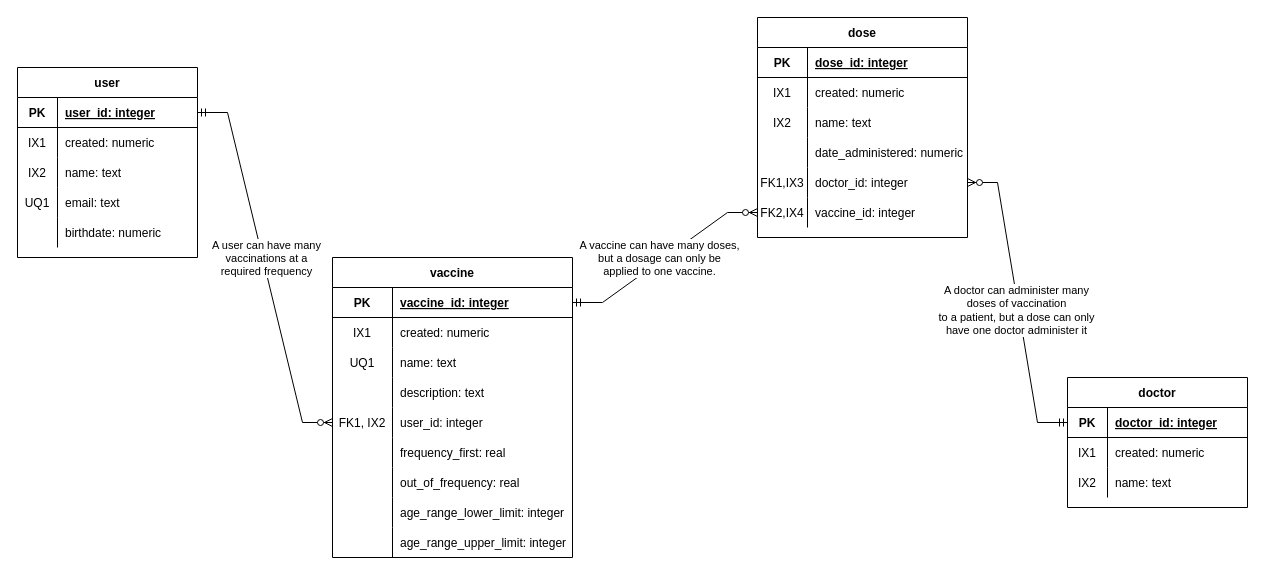
Above: docs/work/erd.drawio in ddc-java-14/vaccination-pocket-keeper (draw.io), before the change. Source tidied: cells renumbered, new cells numbered last; positions are measured from the earlier drawing's top-left corner, leaving out a move shared by most shapes. Both pictures are drawn from the tidied source at 100%, with x=0, y=0 at pixel (17, 17).
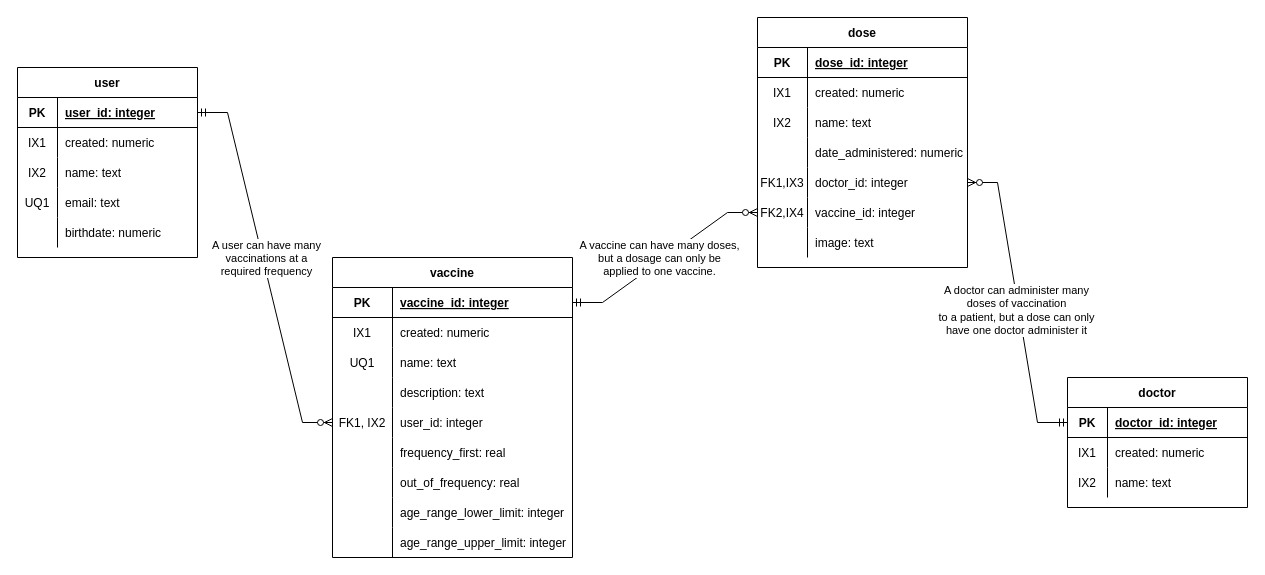
After the change.

Commit message (it also covers changes not shown here):
Fourth draft of ERD.

Diff of the diagram source:
```diff
@@
     <mxCell id="60" value="dose" style="shape=table;startSize=30;childLayout=tableLayout;rowLines=0;fontStyle=1;align=center;" parent="1" vertex="1">
-      <mxGeometry x="740" width="210" height="220" as="geometry" />
+      <mxGeometry x="740" width="210" height="250" as="geometry" />
     </mxCell>
@@
+    <mxCell id="81" style="shape=partialRectangle;fillColor=none;top=0;left=0;bottom=0;right=0;" parent="60" vertex="1">
+      <mxGeometry y="210" width="210" height="30" as="geometry" />
+    </mxCell>
+    <mxCell id="82" style="shape=partialRectangle;fillColor=none;top=0;left=0;bottom=0;right=0;overflow=hidden;" parent="81" vertex="1">
+      <mxGeometry width="50" height="30" as="geometry" />
+    </mxCell>
+    <mxCell id="83" value="image: text" style="shape=partialRectangle;fillColor=none;top=0;left=0;bottom=0;right=0;align=left;spacingLeft=6;overflow=hidden;" parent="81" vertex="1">
+      <mxGeometry x="50" width="160" height="30" as="geometry" />
+    </mxCell>
```
